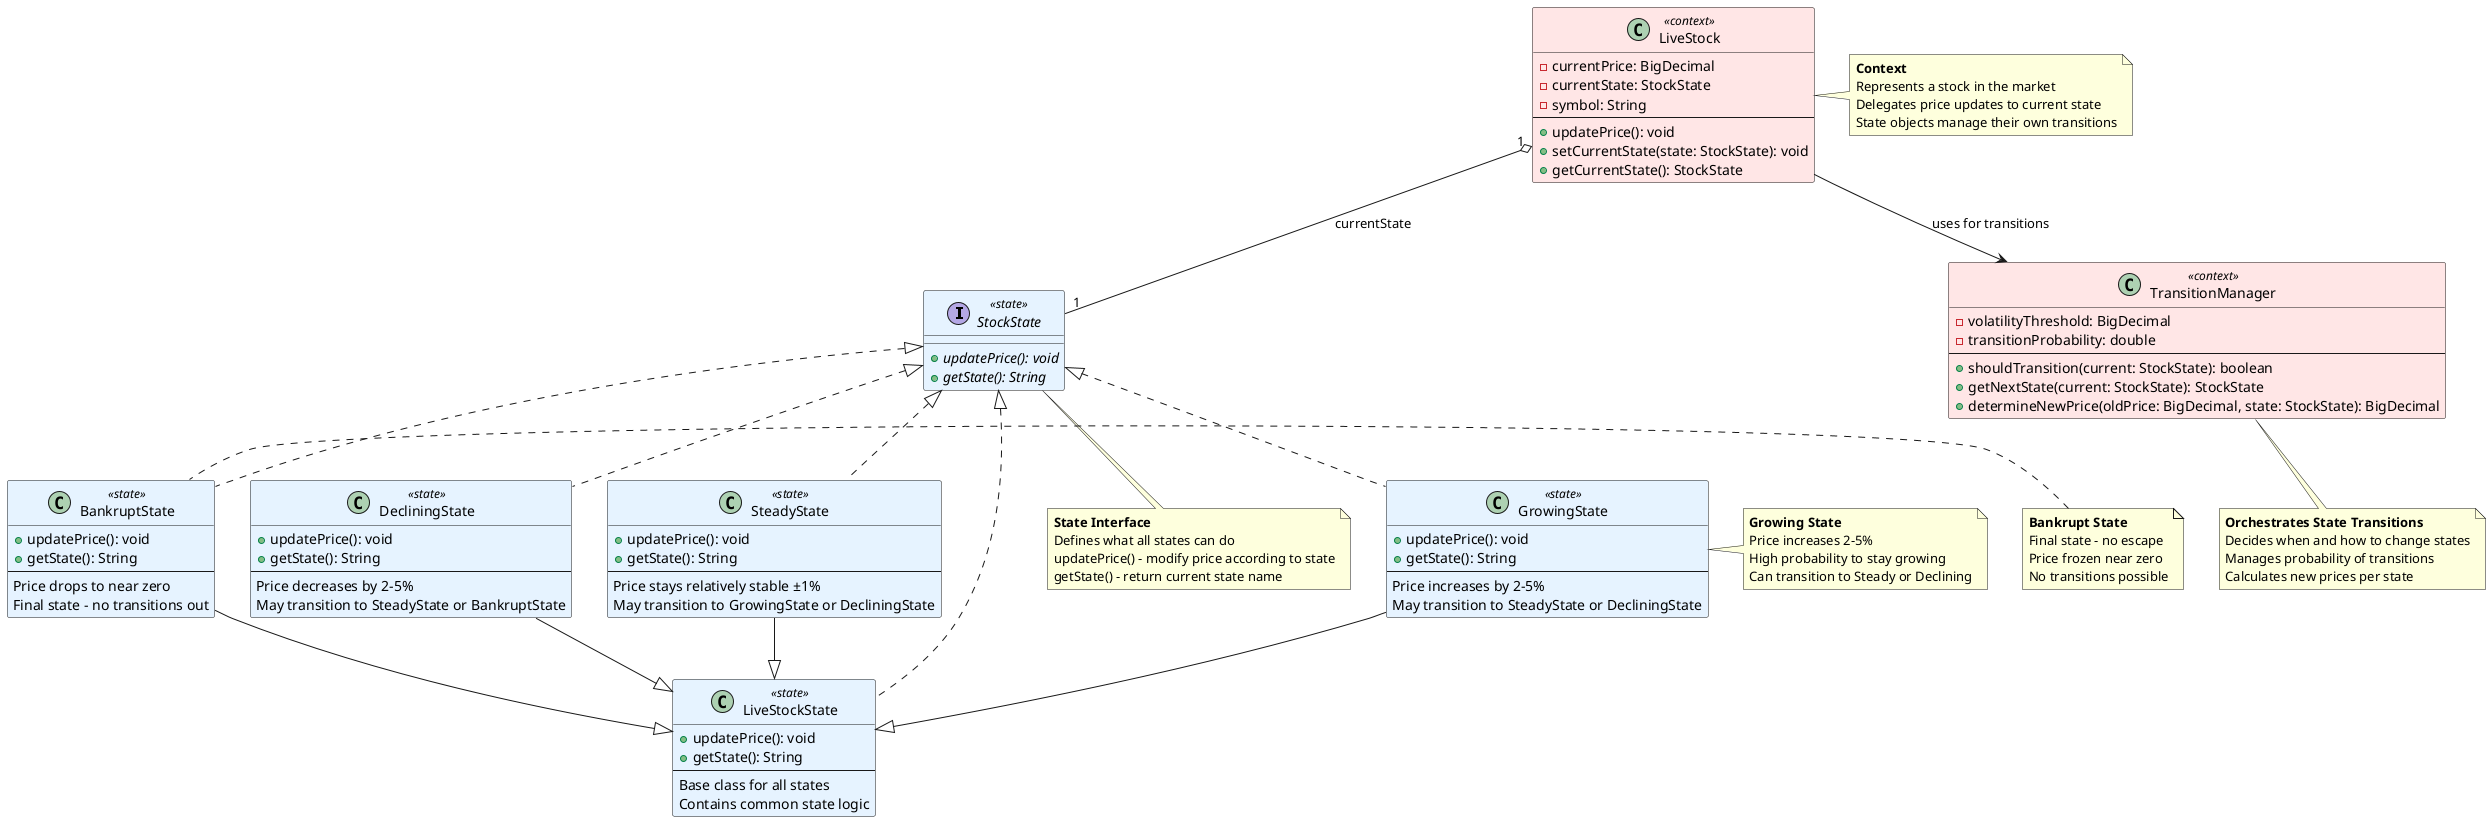
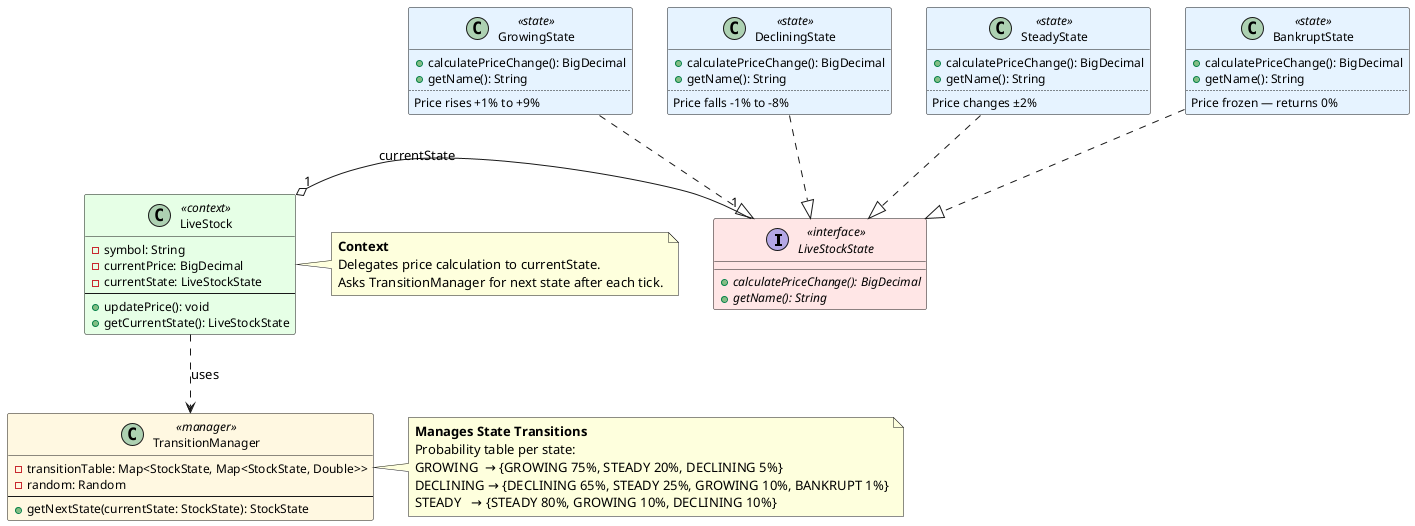
@startuml State Pattern - Stock Market Simulation

- !define CONTEXT_COLOR #FFE6E6
- !define STATE_COLOR #E6F3FF
- 
- skinparam classBackgroundColor<<context>> CONTEXT_COLOR
- skinparam classBackgroundColor<<state>> STATE_COLOR
+ skinparam classBackgroundColor<<context>> #E6FFE6
+ skinparam classBackgroundColor<<interface>> #FFE6E6
+ skinparam classBackgroundColor<<state>> #E6F3FF
+ skinparam classBackgroundColor<<manager>> #FFF8E1
+ skinparam classBorderColor #181818
+ skinparam classFontSize 13
+ skinparam classAttributeFontSize 12
+ skinparam arrowColor #181818

' ===== STATE INTERFACE =====
- interface StockState <<state>> {
-   {abstract} +updatePrice(): void
-   {abstract} +getState(): String
+ interface LiveStockState <<interface>> {
+   {abstract} +calculatePriceChange(): BigDecimal
+   {abstract} +getName(): String
}

' ===== CONTEXT =====
class LiveStock <<context>> {
+   - symbol: String
  - currentPrice: BigDecimal
-   - currentState: StockState
-   - symbol: String
+   - currentState: LiveStockState
  --
  + updatePrice(): void
-   + setCurrentState(state: StockState): void
-   + getCurrentState(): StockState
+   + getCurrentState(): LiveStockState
}

' ===== CONCRETE STATES =====
- class GrowingState <<state>> implements StockState {
-   + updatePrice(): void
-   + getState(): String
-   --
-   Price increases by 2-5%
-   May transition to SteadyState or DecliningState
+ class GrowingState <<state>> {
+   + calculatePriceChange(): BigDecimal
+   + getName(): String
+   ..
+   Price rises +1% to +9%
}

- class DecliningState <<state>> implements StockState {
-   + updatePrice(): void
-   + getState(): String
-   --
-   Price decreases by 2-5%
-   May transition to SteadyState or BankruptState
+ class DecliningState <<state>> {
+   + calculatePriceChange(): BigDecimal
+   + getName(): String
+   ..
+   Price falls -1% to -8%
}

- class SteadyState <<state>> implements StockState {
-   + updatePrice(): void
-   + getState(): String
-   --
-   Price stays relatively stable ±1%
-   May transition to GrowingState or DecliningState
+ class SteadyState <<state>> {
+   + calculatePriceChange(): BigDecimal
+   + getName(): String
+   ..
+   Price changes ±2%
}

- class BankruptState <<state>> implements StockState {
-   + updatePrice(): void
-   + getState(): String
-   --
-   Price drops to near zero
-   Final state - no transitions out
- }
- 
- class LiveStockState <<state>> implements StockState {
-   + updatePrice(): void
-   + getState(): String
-   --
-   Base class for all states
-   Contains common state logic
+ class BankruptState <<state>> {
+   + calculatePriceChange(): BigDecimal
+   + getName(): String
+   ..
+   Price frozen — returns 0%
}

' ===== TRANSITION MANAGER =====
- class TransitionManager <<context>> {
-   - volatilityThreshold: BigDecimal
-   - transitionProbability: double
+ class TransitionManager <<manager>> {
+   - transitionTable: Map<StockState, Map<StockState, Double>>
+   - random: Random
  --
-   + shouldTransition(current: StockState): boolean
-   + getNextState(current: StockState): StockState
-   + determineNewPrice(oldPrice: BigDecimal, state: StockState): BigDecimal
+   + getNextState(currentState: StockState): StockState
}

' ===== RELATIONSHIPS =====
- LiveStock "1" o-- "1" StockState : "currentState"
- LiveStock --> TransitionManager : "uses for transitions"
+ LiveStock "1" o-right- "1" LiveStockState : "currentState"
+ LiveStock ..> TransitionManager : "uses"

- GrowingState --|> LiveStockState
- DecliningState --|> LiveStockState
- SteadyState --|> LiveStockState
- BankruptState --|> LiveStockState
+ GrowingState   ..|> LiveStockState
+ DecliningState ..|> LiveStockState
+ SteadyState    ..|> LiveStockState
+ BankruptState  ..|> LiveStockState

' ===== NOTES =====
note right of LiveStock
  **Context**
-   Represents a stock in the market
-   Delegates price updates to current state
-   State objects manage their own transitions
+   Delegates price calculation to currentState.
+   Asks TransitionManager for next state after each tick.
end note

- note bottom of StockState
-   **State Interface**
-   Defines what all states can do
-   updatePrice() - modify price according to state
-   getState() - return current state name
- end note
- 
- note right of GrowingState
-   **Growing State**
-   Price increases 2-5%
-   High probability to stay growing
-   Can transition to Steady or Declining
- end note
- 
- note left of BankruptState
-   **Bankrupt State**
-   Final state - no escape
-   Price frozen near zero
-   No transitions possible
- end note
- 
- note bottom of TransitionManager
-   **Orchestrates State Transitions**
-   Decides when and how to change states
-   Manages probability of transitions
-   Calculates new prices per state
+ note right of TransitionManager
+   **Manages State Transitions**
+   Probability table per state:
+   GROWING  → {GROWING 75%, STEADY 20%, DECLINING 5%}
+   DECLINING → {DECLINING 65%, STEADY 25%, GROWING 10%, BANKRUPT 1%}
+   STEADY   → {STEADY 80%, GROWING 10%, DECLINING 10%}
end note

@enduml
